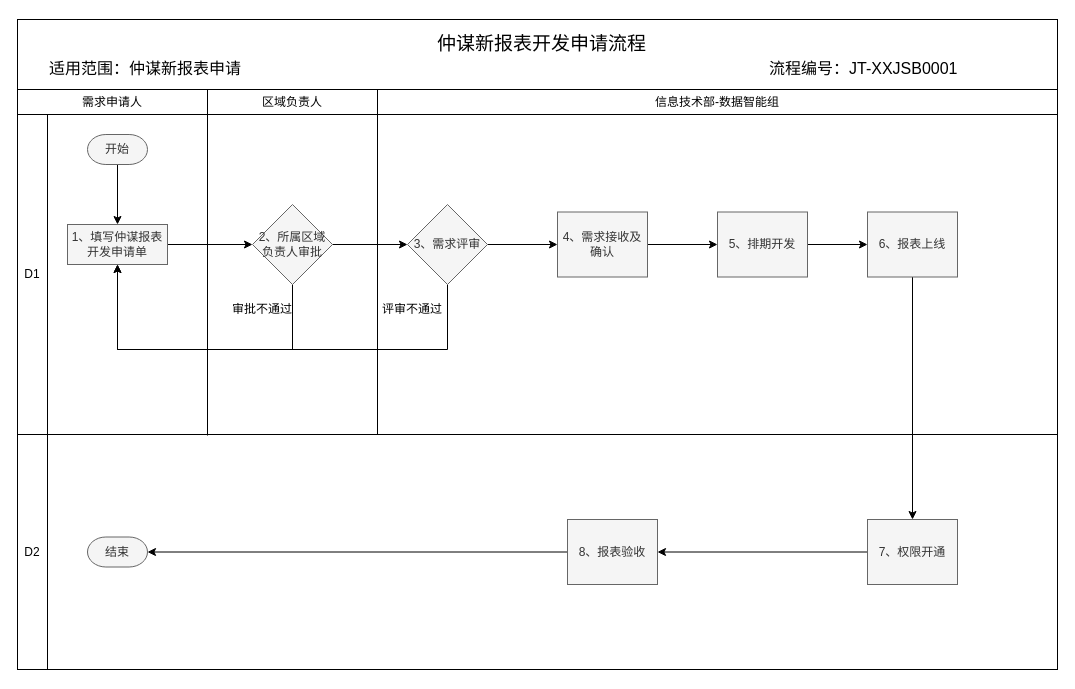
Before: page "新报表开发需求申请流程" (1 of 3) of pet_data_warehouse/内控流程.drawio in fangzheng0518/draw, a draw.io diagram. Source tidied: cells renumbered, new cells numbered last; positions are measured from the earlier drawing's top-left corner, leaving out a move shared by most shapes. Both pictures are drawn from the tidied source at 100%, with x=0, y=0 at pixel (17, 19).
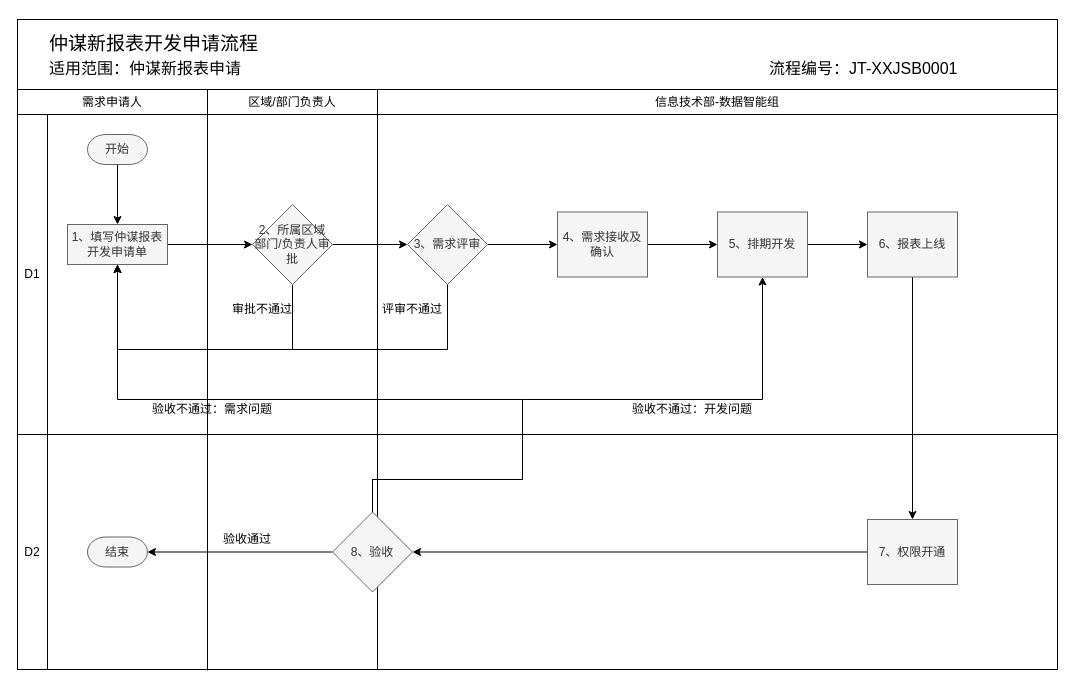
The same page after the edit.

Commit message (it also covers changes not shown here):
更新内控流程.drawio

The change refers to these unchanged cells:
```xml
<mxCell id="12" value="1、填写仲谋报表开发申请单" style="rounded=0;whiteSpace=wrap;html=1;strokeColor=#666666;strokeWidth=1;fillColor=#f5f5f5;fontColor=#333333;" parent="1" vertex="1">
  <mxGeometry x="50" y="205" width="100" height="40" as="geometry" />
</mxCell>
<mxCell id="26" value="5、排期开发" style="rounded=0;whiteSpace=wrap;html=1;strokeColor=#666666;strokeWidth=1;fillColor=#f5f5f5;fontColor=#333333;" parent="1" vertex="1">
  <mxGeometry x="700" y="192.5" width="90" height="65" as="geometry" />
</mxCell>
<mxCell id="30" value="7、权限开通" style="rounded=0;whiteSpace=wrap;html=1;strokeColor=#666666;strokeWidth=1;fillColor=#f5f5f5;fontColor=#333333;" parent="1" vertex="1">
  <mxGeometry x="850" y="500" width="90" height="65" as="geometry" />
</mxCell>
<mxCell id="33" value="结束" style="strokeWidth=1;html=1;shape=mxgraph.flowchart.terminator;whiteSpace=wrap;fillColor=#f5f5f5;strokeColor=#666666;fontColor=#333333;" parent="1" vertex="1">
  <mxGeometry x="70" y="517.5" width="60" height="30" as="geometry" />
</mxCell>
<mxCell id="35" style="group;" parent="34" vertex="1">
  <mxGeometry width="1040" height="70" as="geometry" />
</mxCell>
```

Diff of the diagram source:
```diff
@@
-    <mxCell id="8" value="区域负责人" style="rounded=0;whiteSpace=wrap;html=1;" parent="1" vertex="1">
+    <mxCell id="8" value="区域/部门负责人" style="rounded=0;whiteSpace=wrap;html=1;" parent="1" vertex="1">
       <mxGeometry x="190" y="70" width="170" height="25" as="geometry" />
     </mxCell>
@@
-    <mxCell id="15" value="2、所属区域负责人审批" style="rhombus;whiteSpace=wrap;html=1;strokeColor=#666666;strokeWidth=1;fillColor=#f5f5f5;fontColor=#333333;" parent="1" vertex="1">
+    <mxCell id="15" value="2、所属区域部门/负责人审批" style="rhombus;whiteSpace=wrap;html=1;strokeColor=#666666;strokeWidth=1;fillColor=#f5f5f5;fontColor=#333333;" parent="1" vertex="1">
       <mxGeometry x="235" y="185" width="80" height="80" as="geometry" />
     </mxCell>
@@
     <mxCell id="17" style="endArrow=none;html=1;" parent="1" edge="1">
       <mxGeometry relative="1" as="geometry">
-        <mxPoint x="190" y="416" as="sourcePoint" />
-        <mxPoint x="190" y="76" as="targetPoint" />
+        <mxPoint x="190" y="651" as="sourcePoint" />
+        <mxPoint x="190" y="70" as="targetPoint" />
       </mxGeometry>
     </mxCell>
     <mxCell id="18" style="endArrow=none;html=1;" parent="1" edge="1">
       <mxGeometry relative="1" as="geometry">
-        <mxPoint x="360" y="415" as="sourcePoint" />
-        <mxPoint x="360" y="75" as="targetPoint" />
+        <mxPoint x="360" y="650" as="sourcePoint" />
+        <mxPoint x="360" y="85" as="targetPoint" />
       </mxGeometry>
     </mxCell>
@@
-    <mxCell id="29" style="edgeStyle=orthogonalEdgeStyle;rounded=0;jettySize=auto;html=1;" parent="1" edge="1" source="30" target="32">
+    <mxCell id="29" style="edgeStyle=orthogonalEdgeStyle;rounded=0;jettySize=auto;html=1;entryX=1;entryY=0.5;entryDx=0;entryDy=0;" parent="1" edge="1" source="30" target="43">
       <mxGeometry relative="1" as="geometry" />
     </mxCell>
@@
-    <mxCell id="31" style="edgeStyle=orthogonalEdgeStyle;rounded=0;jettySize=auto;html=1;" parent="1" edge="1" source="32" target="33">
-      <mxGeometry relative="1" as="geometry" />
-    </mxCell>
-    <mxCell id="32" value="8、报表验收" style="rounded=0;whiteSpace=wrap;html=1;strokeColor=#666666;strokeWidth=1;fillColor=#f5f5f5;fontColor=#333333;" parent="1" vertex="1">
-      <mxGeometry x="550" y="500" width="90" height="65" as="geometry" />
-    </mxCell>
@@
     <mxCell id="37" value="&lt;p class=&quot;MsoNormal&quot; style=&quot;margin-bottom: 8pt ; line-height: 15.6933px ; font-family: &amp;#34;calibri&amp;#34; ; font-size: 19px&quot;&gt;&lt;span&gt;仲谋新报表开发申请&lt;/span&gt;&lt;span&gt;&lt;font face=&quot;宋体&quot; style=&quot;font-size: 19px&quot;&gt;流程&lt;/font&gt;&lt;/span&gt;&lt;/p&gt;" style="text;html=1;strokeColor=none;fillColor=none;align=left;verticalAlign=middle;whiteSpace=wrap;rounded=0;" parent="35" vertex="1">
-      <mxGeometry x="417.5" y="10" width="235" height="20" as="geometry" />
+      <mxGeometry x="30" y="10" width="235" height="20" as="geometry" />
     </mxCell>
@@
+    <mxCell id="40" style="edgeStyle=orthogonalEdgeStyle;rounded=0;jettySize=auto;html=1;entryX=0.5;entryY=1;entryDx=0;entryDy=0;" parent="1" edge="1" source="43" target="26">
+      <mxGeometry relative="1" as="geometry">
+        <Array as="points">
+          <mxPoint x="355" y="460" />
+          <mxPoint x="505" y="460" />
+          <mxPoint x="505" y="380" />
+          <mxPoint x="745" y="380" />
+        </Array>
+      </mxGeometry>
+    </mxCell>
+    <mxCell id="41" style="edgeStyle=orthogonalEdgeStyle;rounded=0;jettySize=auto;html=1;entryX=0.5;entryY=1;entryDx=0;entryDy=0;" parent="1" edge="1" source="43" target="12">
+      <mxGeometry relative="1" as="geometry">
+        <Array as="points">
+          <mxPoint x="355" y="460" />
+          <mxPoint x="505" y="460" />
+          <mxPoint x="505" y="380" />
+          <mxPoint x="100" y="380" />
+        </Array>
+      </mxGeometry>
+    </mxCell>
+    <mxCell id="42" style="edgeStyle=orthogonalEdgeStyle;rounded=0;jettySize=auto;html=1;entryX=1;entryY=0.5;entryDx=0;entryDy=0;entryPerimeter=0;" parent="1" edge="1" source="43" target="33">
+      <mxGeometry relative="1" as="geometry" />
+    </mxCell>
+    <mxCell id="43" value="8、验收" style="rhombus;whiteSpace=wrap;html=1;strokeColor=#666666;strokeWidth=1;fillColor=#f5f5f5;fontColor=#333333;" parent="1" vertex="1">
+      <mxGeometry x="315" y="492.5" width="80" height="80" as="geometry" />
+    </mxCell>
+    <mxCell id="44" value="验收不通过：开发问题" style="text;html=1;strokeColor=none;fillColor=none;align=center;verticalAlign=middle;whiteSpace=wrap;rounded=0;" parent="1" vertex="1">
+      <mxGeometry x="605" y="380" width="140" height="20" as="geometry" />
+    </mxCell>
+    <mxCell id="45" value="验收通过" style="text;html=1;strokeColor=none;fillColor=none;align=center;verticalAlign=middle;whiteSpace=wrap;rounded=0;" parent="1" vertex="1">
+      <mxGeometry x="195" y="510" width="70" height="20" as="geometry" />
+    </mxCell>
+    <mxCell id="46" value="验收不通过：需求问题" style="text;html=1;strokeColor=none;fillColor=none;align=center;verticalAlign=middle;whiteSpace=wrap;rounded=0;" parent="1" vertex="1">
+      <mxGeometry x="125" y="380" width="140" height="20" as="geometry" />
+    </mxCell>
```
